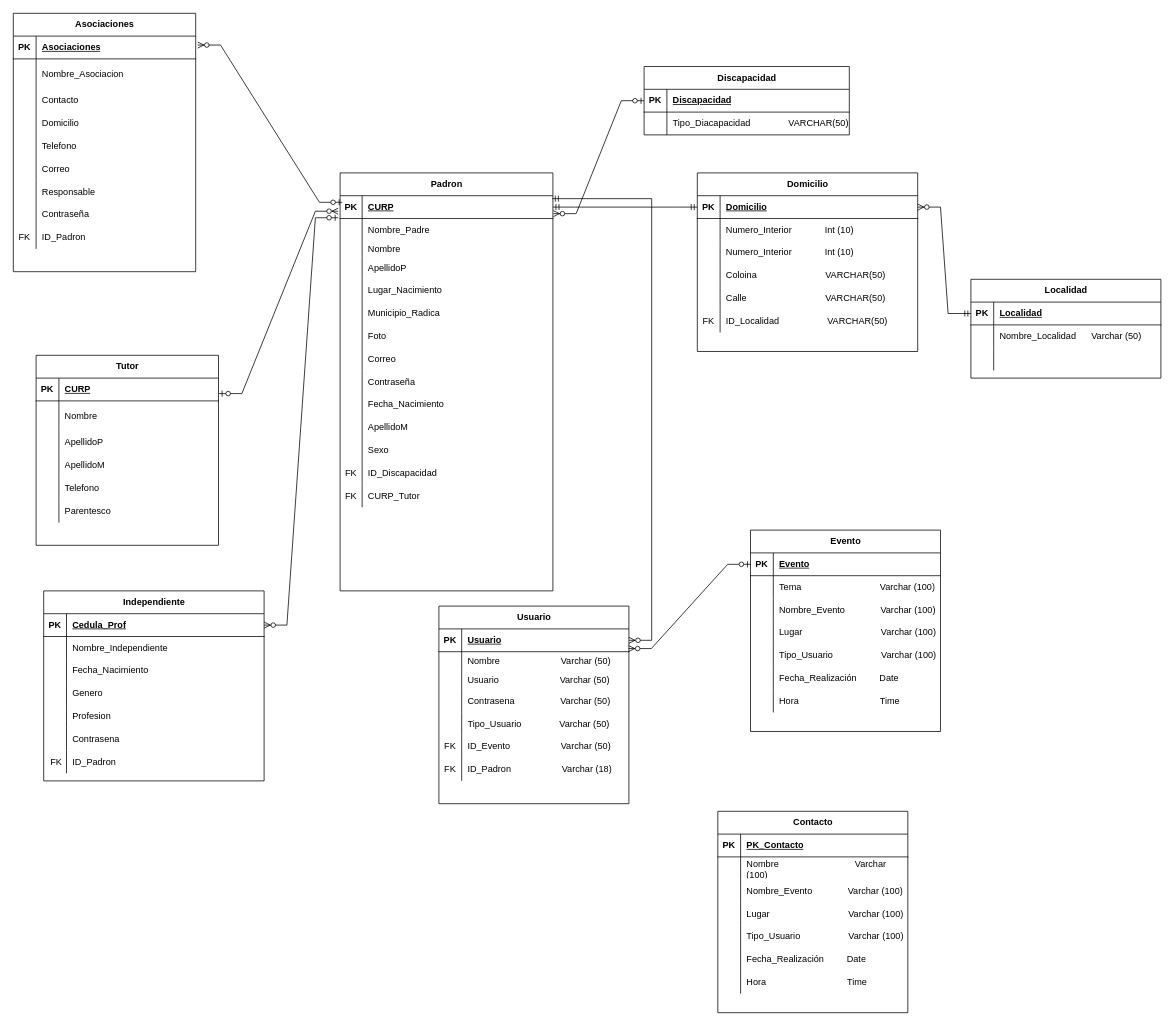
Before: Relacional.drawio in OSCARCH2002/diagramas, a draw.io diagram. Source tidied: cells renumbered, new cells numbered last; positions are measured from the earlier drawing's top-left corner, leaving out a move shared by most shapes. Both pictures are drawn from the tidied source at 76%, with x=0, y=0 at pixel (13, 13).
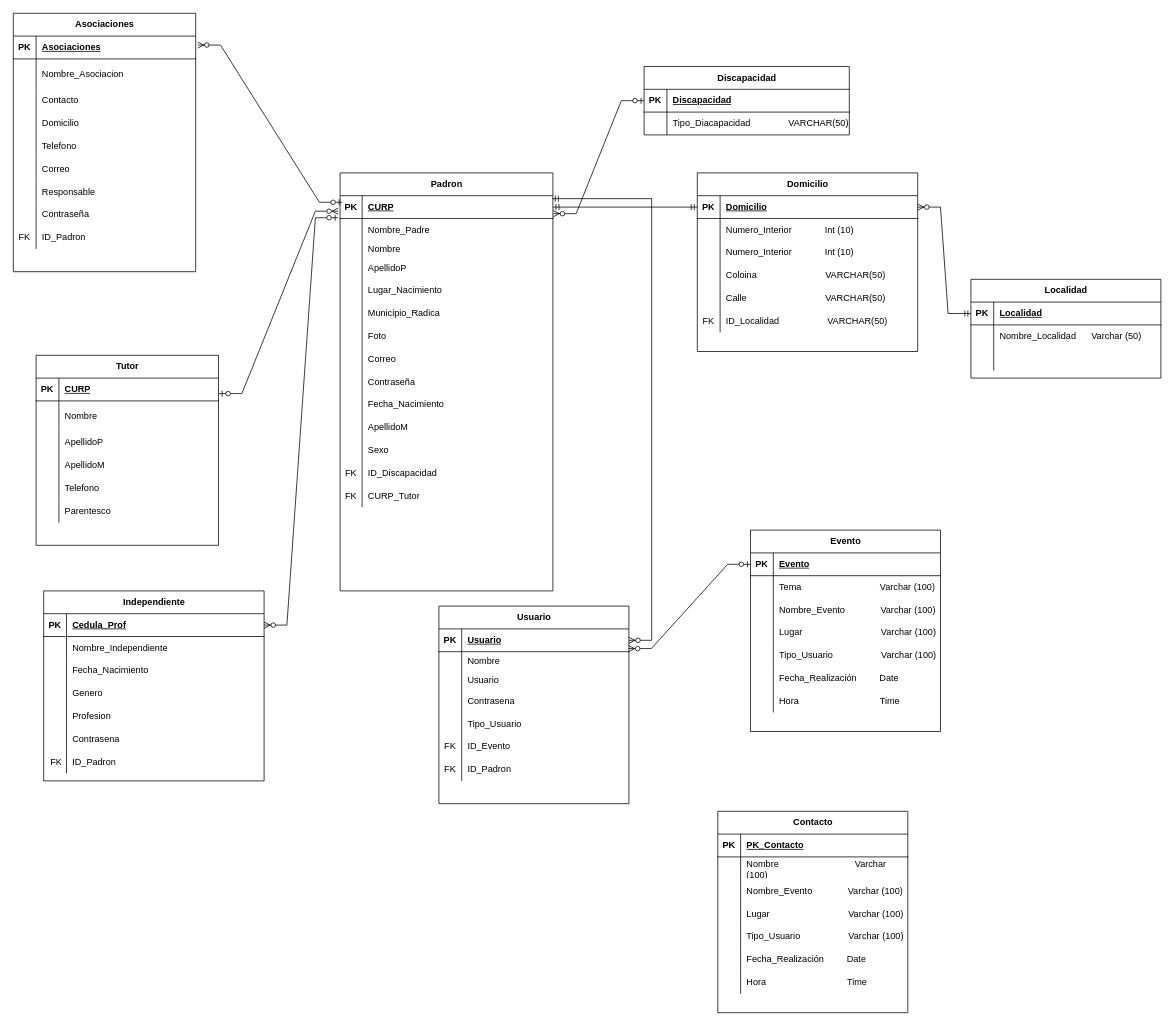
The same page after the edit.

The change refers to these unchanged cells:
```xml
<mxCell id="115" style="shape=tableRow;horizontal=0;startSize=0;swimlaneHead=0;swimlaneBody=0;fillColor=none;top=0;left=0;right=0;bottom=0;" parent="111" vertex="1">
  <mxGeometry y="60" width="250" height="25" as="geometry" />
</mxCell>
<mxCell id="118" style="shape=tableRow;horizontal=0;startSize=0;swimlaneHead=0;swimlaneBody=0;fillColor=none;top=0;left=0;right=0;bottom=0;" parent="111" vertex="1">
  <mxGeometry y="85" width="250" height="25" as="geometry" />
</mxCell>
<mxCell id="121" style="shape=tableRow;horizontal=0;startSize=0;swimlaneHead=0;swimlaneBody=0;fillColor=none;top=0;left=0;right=0;bottom=0;" parent="111" vertex="1">
  <mxGeometry y="110" width="250" height="30" as="geometry" />
</mxCell>
<mxCell id="124" style="shape=tableRow;horizontal=0;startSize=0;swimlaneHead=0;swimlaneBody=0;fillColor=none;top=0;left=0;right=0;bottom=0;" parent="111" vertex="1">
  <mxGeometry y="140" width="250" height="30" as="geometry" />
</mxCell>
<mxCell id="127" style="shape=tableRow;horizontal=0;startSize=0;swimlaneHead=0;swimlaneBody=0;fillColor=none;top=0;left=0;right=0;bottom=0;" parent="111" vertex="1">
  <mxGeometry y="170" width="250" height="30" as="geometry" />
</mxCell>
<mxCell id="130" style="shape=tableRow;horizontal=0;startSize=0;swimlaneHead=0;swimlaneBody=0;fillColor=none;top=0;left=0;right=0;bottom=0;" parent="111" vertex="1">
  <mxGeometry y="200" width="250" height="30" as="geometry" />
</mxCell>
```

Diff of the diagram source:
```diff
@@
-    <mxCell id="117" value="Nombre&amp;nbsp; &amp;nbsp; &amp;nbsp; &amp;nbsp; &amp;nbsp; &amp;nbsp; &amp;nbsp; &amp;nbsp; &amp;nbsp; &amp;nbsp; &amp;nbsp; &amp;nbsp; Varchar (50)" style="shape=partialRectangle;fillColor=none;top=0;left=0;bottom=0;right=0;align=left;spacingLeft=6;overflow=hidden;whiteSpace=wrap;html=1;" parent="115" vertex="1">
+    <mxCell id="117" value="Nombre&amp;nbsp; &amp;nbsp; &amp;nbsp; &amp;nbsp; &amp;nbsp; &amp;nbsp; &amp;nbsp; &amp;nbsp; &amp;nbsp; &amp;nbsp; &amp;nbsp; &amp;nbsp;" style="shape=partialRectangle;fillColor=none;top=0;left=0;bottom=0;right=0;align=left;spacingLeft=6;overflow=hidden;whiteSpace=wrap;html=1;" parent="115" vertex="1">
       <mxGeometry x="30" width="220" height="25" as="geometry" />
     </mxCell>
@@
-    <mxCell id="120" value="Usuario&amp;nbsp; &amp;nbsp; &amp;nbsp; &amp;nbsp; &amp;nbsp; &amp;nbsp; &amp;nbsp; &amp;nbsp; &amp;nbsp; &amp;nbsp; &amp;nbsp; &amp;nbsp; Varchar (50)" style="shape=partialRectangle;fillColor=none;top=0;left=0;bottom=0;right=0;align=left;spacingLeft=6;overflow=hidden;whiteSpace=wrap;html=1;" parent="118" vertex="1">
+    <mxCell id="120" value="Usuario&amp;nbsp; &amp;nbsp; &amp;nbsp; &amp;nbsp; &amp;nbsp; &amp;nbsp; &amp;nbsp; &amp;nbsp; &amp;nbsp; &amp;nbsp; &amp;nbsp;&amp;nbsp;" style="shape=partialRectangle;fillColor=none;top=0;left=0;bottom=0;right=0;align=left;spacingLeft=6;overflow=hidden;whiteSpace=wrap;html=1;" parent="118" vertex="1">
       <mxGeometry x="30" width="220" height="25" as="geometry" />
     </mxCell>
@@
-    <mxCell id="123" value="Contrasena&amp;nbsp; &amp;nbsp; &amp;nbsp; &amp;nbsp; &amp;nbsp; &amp;nbsp; &amp;nbsp; &amp;nbsp; &amp;nbsp; Varchar (50)" style="shape=partialRectangle;fillColor=none;top=0;left=0;bottom=0;right=0;align=left;spacingLeft=6;overflow=hidden;whiteSpace=wrap;html=1;" parent="121" vertex="1">
+    <mxCell id="123" value="Contrasena&amp;nbsp; &amp;nbsp; &amp;nbsp; &amp;nbsp; &amp;nbsp; &amp;nbsp; &amp;nbsp; &amp;nbsp; &amp;nbsp;" style="shape=partialRectangle;fillColor=none;top=0;left=0;bottom=0;right=0;align=left;spacingLeft=6;overflow=hidden;whiteSpace=wrap;html=1;" parent="121" vertex="1">
       <mxGeometry x="30" width="220" height="30" as="geometry" />
     </mxCell>
@@
-    <mxCell id="126" value="Tipo_Usuario&amp;nbsp; &amp;nbsp; &amp;nbsp; &amp;nbsp; &amp;nbsp; &amp;nbsp; &amp;nbsp; &amp;nbsp;Varchar (50)" style="shape=partialRectangle;fillColor=none;top=0;left=0;bottom=0;right=0;align=left;spacingLeft=6;overflow=hidden;whiteSpace=wrap;html=1;" parent="124" vertex="1">
+    <mxCell id="126" value="Tipo_Usuario&amp;nbsp; &amp;nbsp; &amp;nbsp; &amp;nbsp; &amp;nbsp; &amp;nbsp; &amp;nbsp;" style="shape=partialRectangle;fillColor=none;top=0;left=0;bottom=0;right=0;align=left;spacingLeft=6;overflow=hidden;whiteSpace=wrap;html=1;" parent="124" vertex="1">
       <mxGeometry x="30" width="220" height="30" as="geometry" />
     </mxCell>
@@
-    <mxCell id="129" value="ID_Evento&amp;nbsp; &amp;nbsp; &amp;nbsp; &amp;nbsp; &amp;nbsp; &amp;nbsp; &amp;nbsp; &amp;nbsp; &amp;nbsp; &amp;nbsp; Varchar (50)" style="shape=partialRectangle;fillColor=none;top=0;left=0;bottom=0;right=0;align=left;spacingLeft=6;overflow=hidden;whiteSpace=wrap;html=1;" parent="127" vertex="1">
+    <mxCell id="129" value="ID_Evento&amp;nbsp; &amp;nbsp; &amp;nbsp; &amp;nbsp; &amp;nbsp; &amp;nbsp; &amp;nbsp; &amp;nbsp; &amp;nbsp; &amp;nbsp;" style="shape=partialRectangle;fillColor=none;top=0;left=0;bottom=0;right=0;align=left;spacingLeft=6;overflow=hidden;whiteSpace=wrap;html=1;" parent="127" vertex="1">
       <mxGeometry x="30" width="220" height="30" as="geometry" />
     </mxCell>
@@
-    <mxCell id="132" value="ID_Padron&amp;nbsp; &amp;nbsp; &amp;nbsp; &amp;nbsp; &amp;nbsp; &amp;nbsp; &amp;nbsp; &amp;nbsp; &amp;nbsp; &amp;nbsp; Varchar (18)" style="shape=partialRectangle;fillColor=none;top=0;left=0;bottom=0;right=0;align=left;spacingLeft=6;overflow=hidden;whiteSpace=wrap;html=1;" parent="130" vertex="1">
+    <mxCell id="132" value="ID_Padron&amp;nbsp; &amp;nbsp; &amp;nbsp; &amp;nbsp; &amp;nbsp; &amp;nbsp; &amp;nbsp; &amp;nbsp; &amp;nbsp;" style="shape=partialRectangle;fillColor=none;top=0;left=0;bottom=0;right=0;align=left;spacingLeft=6;overflow=hidden;whiteSpace=wrap;html=1;" parent="130" vertex="1">
       <mxGeometry x="30" width="220" height="30" as="geometry" />
     </mxCell>
```
